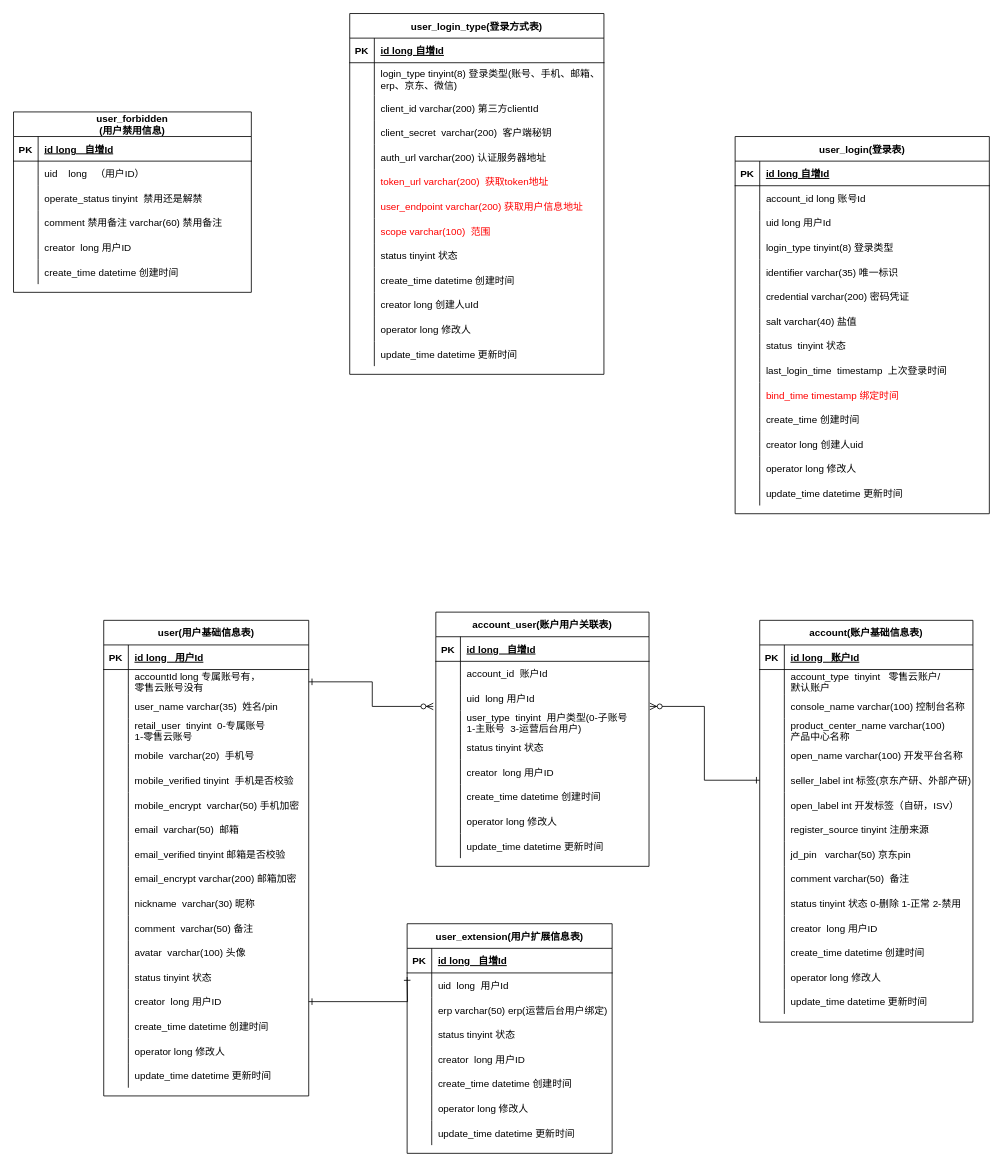
Earlier version of the draw.io diagram page "新账号模型" (1 of 10) of idaas.drawio (AjaxXu/Diagram). Source tidied: cells renumbered, new cells numbered last; positions are measured from the earlier drawing's top-left corner, leaving out a move shared by most shapes. Both pictures are drawn from the tidied source at 82%, with x=0, y=0 at pixel (-36, 13).
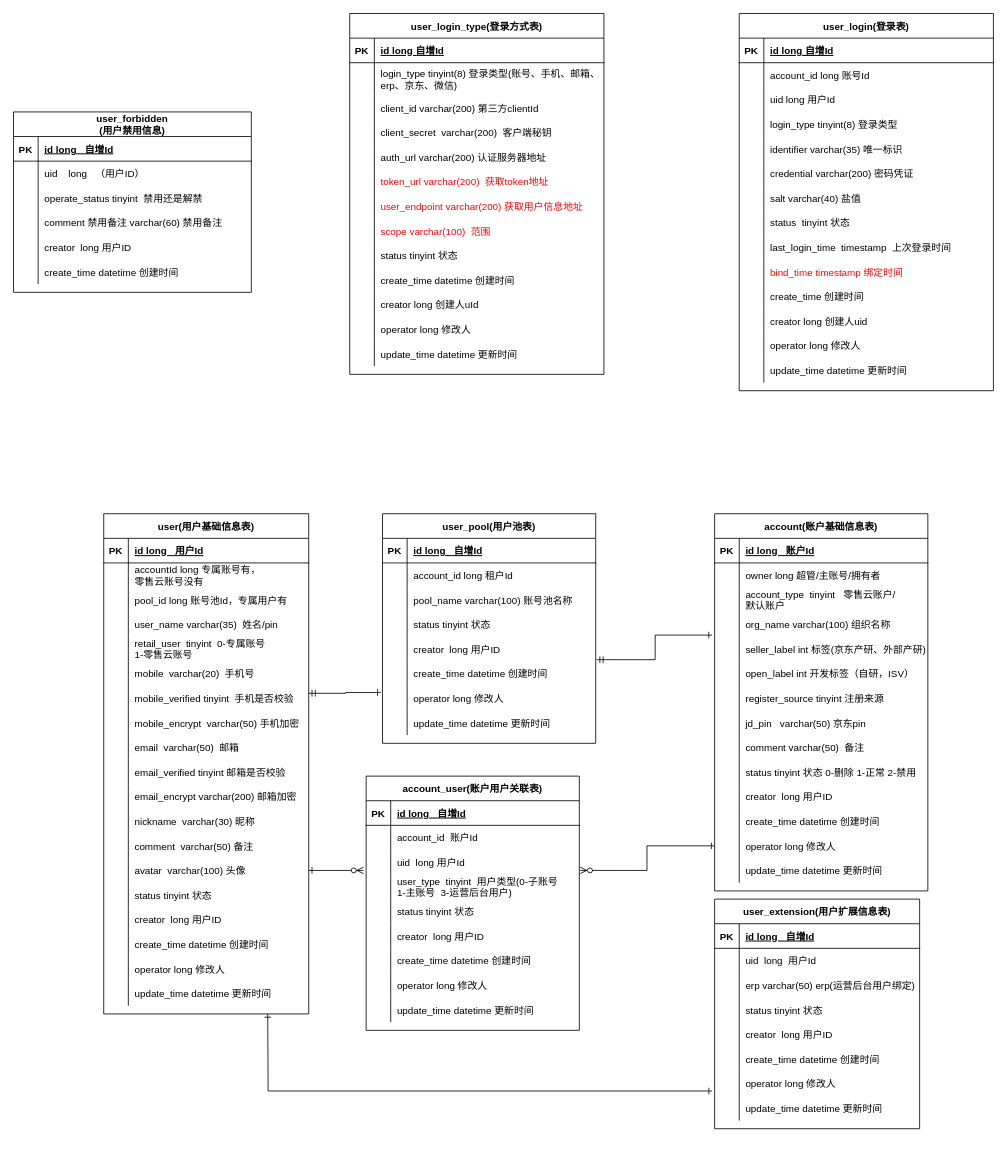
Above is the later version.

Unchanged cells that the change refers to:
```xml
<mxCell id="52" style="shape=partialRectangle;fillColor=none;points=[[0,0.5],[1,0.5]];portConstraint=eastwest;top=0;left=0;right=0;bottom=0;" parent="48" vertex="1">
  <mxGeometry y="60" width="250" height="30" as="geometry" />
</mxCell>
<mxCell id="217" style="shape=partialRectangle;fillColor=none;points=[[0,0.5],[1,0.5]];portConstraint=eastwest;top=0;left=0;right=0;bottom=0;" parent="210" vertex="1">
  <mxGeometry y="90" width="260" height="30" as="geometry" />
</mxCell>
<mxCell id="220" style="shape=partialRectangle;fillColor=none;points=[[0,0.5],[1,0.5]];portConstraint=eastwest;top=0;left=0;right=0;bottom=0;" parent="210" vertex="1">
  <mxGeometry y="120" width="260" height="30" as="geometry" />
</mxCell>
<mxCell id="260" style="shape=partialRectangle;fillColor=none;points=[[0,0.5],[1,0.5]];portConstraint=eastwest;top=0;left=0;right=0;bottom=0;" parent="241" vertex="1">
  <mxGeometry y="210" width="250" height="30" as="geometry" />
</mxCell>
```

The edit, as a diff of the source:
```diff
@@
     <mxCell id="2" value="account(账户基础信息表)" style="shape=table;startSize=30;childLayout=tableLayout;rowLines=0;fontStyle=1;align=center;" parent="1" vertex="1">
-      <mxGeometry x="970" y="740" width="260" height="490" as="geometry" />
+      <mxGeometry x="915" y="610" width="260" height="460" as="geometry" />
     </mxCell>
@@
+    <mxCell id="266" style="shape=partialRectangle;fillColor=none;top=0;left=0;right=0;bottom=0;" parent="2" vertex="1">
+      <mxGeometry y="60" width="260" height="30" as="geometry" />
+    </mxCell>
+    <mxCell id="267" style="shape=partialRectangle;overflow=hidden;fillColor=none;top=0;left=0;bottom=0;right=0;" parent="266" vertex="1">
+      <mxGeometry width="30" height="30" as="geometry" />
+    </mxCell>
+    <mxCell id="268" value="owner long 超管/主账号/拥有者" style="shape=partialRectangle;overflow=hidden;fillColor=none;top=0;left=0;bottom=0;right=0;align=left;spacingLeft=6;" parent="266" vertex="1">
+      <mxGeometry x="30" width="230" height="30" as="geometry" />
+    </mxCell>
     <mxCell id="6" style="shape=partialRectangle;fillColor=none;top=0;left=0;right=0;bottom=0;" parent="2" vertex="1">
-      <mxGeometry y="60" width="260" height="30" as="geometry" />
+      <mxGeometry y="90" width="260" height="30" as="geometry" />
     </mxCell>
@@
     <mxCell id="9" style="shape=partialRectangle;fillColor=none;points=[[0,0.5],[1,0.5]];portConstraint=eastwest;top=0;left=0;right=0;bottom=0;" parent="2" vertex="1">
-      <mxGeometry y="90" width="260" height="30" as="geometry" />
+      <mxGeometry y="120" width="260" height="30" as="geometry" />
     </mxCell>
@@
-    <mxCell id="11" value="console_name varchar(100) 控制台名称" style="shape=partialRectangle;overflow=hidden;fillColor=none;top=0;left=0;bottom=0;right=0;align=left;spacingLeft=6;" parent="9" vertex="1">
+    <mxCell id="11" value="org_name varchar(100) 组织名称" style="shape=partialRectangle;overflow=hidden;fillColor=none;top=0;left=0;bottom=0;right=0;align=left;spacingLeft=6;" parent="9" vertex="1">
       <mxGeometry x="30" width="230" height="30" as="geometry" />
     </mxCell>
-    <mxCell id="12" style="shape=partialRectangle;fillColor=none;top=0;left=0;right=0;bottom=0;" parent="2" vertex="1">
-      <mxGeometry y="120" width="260" height="30" as="geometry" />
-    </mxCell>
-    <mxCell id="13" style="shape=partialRectangle;overflow=hidden;fillColor=none;top=0;left=0;bottom=0;right=0;" parent="12" vertex="1">
-      <mxGeometry width="30" height="30" as="geometry" />
-    </mxCell>
-    <mxCell id="14" value="product_center_name varchar(100) &#10;产品中心名称" style="shape=partialRectangle;overflow=hidden;fillColor=none;top=0;left=0;bottom=0;right=0;align=left;spacingLeft=6;" parent="12" vertex="1">
-      <mxGeometry x="30" width="230" height="30" as="geometry" />
-    </mxCell>
-    <mxCell id="15" style="shape=partialRectangle;fillColor=none;top=0;left=0;right=0;bottom=0;" parent="2" vertex="1">
-      <mxGeometry y="150" width="260" height="30" as="geometry" />
-    </mxCell>
-    <mxCell id="16" style="shape=partialRectangle;overflow=hidden;fillColor=none;top=0;left=0;bottom=0;right=0;" parent="15" vertex="1">
-      <mxGeometry width="30" height="30" as="geometry" />
-    </mxCell>
-    <mxCell id="17" value="open_name varchar(100) 开发平台名称" style="shape=partialRectangle;overflow=hidden;fillColor=none;top=0;left=0;bottom=0;right=0;align=left;spacingLeft=6;" parent="15" vertex="1">
-      <mxGeometry x="30" width="230" height="30" as="geometry" />
-    </mxCell>
     <mxCell id="18" style="shape=partialRectangle;fillColor=none;points=[[0,0.5],[1,0.5]];portConstraint=eastwest;top=0;left=0;right=0;bottom=0;" parent="2" vertex="1">
-      <mxGeometry y="180" width="260" height="30" as="geometry" />
+      <mxGeometry y="150" width="260" height="30" as="geometry" />
     </mxCell>
@@
     <mxCell id="21" style="shape=partialRectangle;fillColor=none;top=0;left=0;right=0;bottom=0;" parent="2" vertex="1">
-      <mxGeometry y="210" width="260" height="30" as="geometry" />
+      <mxGeometry y="180" width="260" height="30" as="geometry" />
     </mxCell>
@@
     <mxCell id="24" style="shape=partialRectangle;fillColor=none;top=0;left=0;right=0;bottom=0;" parent="2" vertex="1">
-      <mxGeometry y="240" width="260" height="30" as="geometry" />
+      <mxGeometry y="210" width="260" height="30" as="geometry" />
     </mxCell>
@@
     <mxCell id="27" style="shape=partialRectangle;fillColor=none;top=0;left=0;right=0;bottom=0;" parent="2" vertex="1">
-      <mxGeometry y="270" width="260" height="30" as="geometry" />
+      <mxGeometry y="240" width="260" height="30" as="geometry" />
     </mxCell>
@@
     <mxCell id="30" style="shape=partialRectangle;fillColor=none;top=0;left=0;right=0;bottom=0;" parent="2" vertex="1">
-      <mxGeometry y="300" width="260" height="30" as="geometry" />
+      <mxGeometry y="270" width="260" height="30" as="geometry" />
     </mxCell>
@@
     <mxCell id="33" style="shape=partialRectangle;fillColor=none;points=[[0,0.5],[1,0.5]];portConstraint=eastwest;top=0;left=0;right=0;bottom=0;" parent="2" vertex="1">
-      <mxGeometry y="330" width="260" height="30" as="geometry" />
+      <mxGeometry y="300" width="260" height="30" as="geometry" />
     </mxCell>
@@
     <mxCell id="36" style="shape=partialRectangle;fillColor=none;top=0;left=0;right=0;bottom=0;" parent="2" vertex="1">
-      <mxGeometry y="360" width="260" height="30" as="geometry" />
+      <mxGeometry y="330" width="260" height="30" as="geometry" />
     </mxCell>
@@
     <mxCell id="39" style="shape=partialRectangle;fillColor=none;points=[[0,0.5],[1,0.5]];portConstraint=eastwest;top=0;left=0;right=0;bottom=0;" parent="2" vertex="1">
-      <mxGeometry y="390" width="260" height="30" as="geometry" />
+      <mxGeometry y="360" width="260" height="30" as="geometry" />
     </mxCell>
@@
     <mxCell id="42" style="shape=partialRectangle;fillColor=none;points=[[0,0.5],[1,0.5]];portConstraint=eastwest;top=0;left=0;right=0;bottom=0;" parent="2" vertex="1">
-      <mxGeometry y="420" width="260" height="30" as="geometry" />
+      <mxGeometry y="390" width="260" height="30" as="geometry" />
     </mxCell>
@@
     <mxCell id="45" style="shape=partialRectangle;fillColor=none;top=0;left=0;right=0;bottom=0;" parent="2" vertex="1">
-      <mxGeometry y="450" width="260" height="30" as="geometry" />
+      <mxGeometry y="420" width="260" height="30" as="geometry" />
     </mxCell>
@@
     <mxCell id="48" value="user(用户基础信息表)" style="shape=table;startSize=30;childLayout=tableLayout;rowLines=0;fontStyle=1;align=center;" parent="1" vertex="1">
-      <mxGeometry x="170" y="740" width="250" height="580" as="geometry" />
+      <mxGeometry x="170" y="610" width="250" height="610" as="geometry" />
     </mxCell>
@@
+    <mxCell id="269" style="shape=partialRectangle;fillColor=none;top=0;left=0;right=0;bottom=0;" parent="48" vertex="1">
+      <mxGeometry y="90" width="250" height="30" as="geometry" />
+    </mxCell>
+    <mxCell id="270" style="shape=partialRectangle;overflow=hidden;fillColor=none;top=0;left=0;bottom=0;right=0;" parent="269" vertex="1">
+      <mxGeometry width="30" height="30" as="geometry" />
+    </mxCell>
+    <mxCell id="271" value="pool_id long 账号池Id，专属用户有" style="shape=partialRectangle;overflow=hidden;fillColor=none;top=0;left=0;bottom=0;right=0;align=left;spacingLeft=6;" parent="269" vertex="1">
+      <mxGeometry x="30" width="220" height="30" as="geometry" />
+    </mxCell>
     <mxCell id="55" style="shape=partialRectangle;fillColor=none;top=0;left=0;right=0;bottom=0;" parent="48" vertex="1">
-      <mxGeometry y="90" width="250" height="30" as="geometry" />
+      <mxGeometry y="120" width="250" height="30" as="geometry" />
     </mxCell>
@@
     <mxCell id="58" style="shape=partialRectangle;fillColor=none;top=0;left=0;right=0;bottom=0;" parent="48" vertex="1">
-      <mxGeometry y="120" width="250" height="30" as="geometry" />
+      <mxGeometry y="150" width="250" height="30" as="geometry" />
     </mxCell>
@@
     <mxCell id="61" style="shape=partialRectangle;fillColor=none;top=0;left=0;right=0;bottom=0;" parent="48" vertex="1">
-      <mxGeometry y="150" width="250" height="30" as="geometry" />
+      <mxGeometry y="180" width="250" height="30" as="geometry" />
     </mxCell>
@@
     <mxCell id="64" style="shape=partialRectangle;fillColor=none;points=[[0,0.5],[1,0.5]];portConstraint=eastwest;top=0;left=0;right=0;bottom=0;" parent="48" vertex="1">
-      <mxGeometry y="180" width="250" height="30" as="geometry" />
+      <mxGeometry y="210" width="250" height="30" as="geometry" />
     </mxCell>
@@
     <mxCell id="67" style="shape=partialRectangle;fillColor=none;top=0;left=0;right=0;bottom=0;" parent="48" vertex="1">
-      <mxGeometry y="210" width="250" height="30" as="geometry" />
+      <mxGeometry y="240" width="250" height="30" as="geometry" />
     </mxCell>
@@
     <mxCell id="70" style="shape=partialRectangle;fillColor=none;top=0;left=0;right=0;bottom=0;" parent="48" vertex="1">
-      <mxGeometry y="240" width="250" height="30" as="geometry" />
+      <mxGeometry y="270" width="250" height="30" as="geometry" />
     </mxCell>
@@
     <mxCell id="73" style="shape=partialRectangle;fillColor=none;top=0;left=0;right=0;bottom=0;" parent="48" vertex="1">
-      <mxGeometry y="270" width="250" height="30" as="geometry" />
+      <mxGeometry y="300" width="250" height="30" as="geometry" />
     </mxCell>
@@
     <mxCell id="76" style="shape=partialRectangle;fillColor=none;top=0;left=0;right=0;bottom=0;" parent="48" vertex="1">
-      <mxGeometry y="300" width="250" height="30" as="geometry" />
+      <mxGeometry y="330" width="250" height="30" as="geometry" />
     </mxCell>
@@
     <mxCell id="79" style="shape=partialRectangle;fillColor=none;top=0;left=0;right=0;bottom=0;" parent="48" vertex="1">
-      <mxGeometry y="330" width="250" height="30" as="geometry" />
+      <mxGeometry y="360" width="250" height="30" as="geometry" />
     </mxCell>
@@
     <mxCell id="82" style="shape=partialRectangle;fillColor=none;top=0;left=0;right=0;bottom=0;" parent="48" vertex="1">
-      <mxGeometry y="360" width="250" height="30" as="geometry" />
+      <mxGeometry y="390" width="250" height="30" as="geometry" />
     </mxCell>
@@
     <mxCell id="85" style="shape=partialRectangle;fillColor=none;points=[[0,0.5],[1,0.5]];portConstraint=eastwest;top=0;left=0;right=0;bottom=0;" parent="48" vertex="1">
-      <mxGeometry y="390" width="250" height="30" as="geometry" />
+      <mxGeometry y="420" width="250" height="30" as="geometry" />
     </mxCell>
@@
     <mxCell id="88" style="shape=partialRectangle;fillColor=none;top=0;left=0;right=0;bottom=0;" parent="48" vertex="1">
-      <mxGeometry y="420" width="250" height="30" as="geometry" />
+      <mxGeometry y="450" width="250" height="30" as="geometry" />
     </mxCell>
@@
     <mxCell id="91" style="shape=partialRectangle;fillColor=none;points=[[0,0.5],[1,0.5]];portConstraint=eastwest;top=0;left=0;right=0;bottom=0;" parent="48" vertex="1">
-      <mxGeometry y="450" width="250" height="30" as="geometry" />
+      <mxGeometry y="480" width="250" height="30" as="geometry" />
     </mxCell>
@@
     <mxCell id="94" style="shape=partialRectangle;fillColor=none;top=0;left=0;right=0;bottom=0;" parent="48" vertex="1">
-      <mxGeometry y="480" width="250" height="30" as="geometry" />
+      <mxGeometry y="510" width="250" height="30" as="geometry" />
     </mxCell>
@@
     <mxCell id="97" style="shape=partialRectangle;fillColor=none;top=0;left=0;right=0;bottom=0;" parent="48" vertex="1">
-      <mxGeometry y="510" width="250" height="30" as="geometry" />
+      <mxGeometry y="540" width="250" height="30" as="geometry" />
     </mxCell>
@@
     <mxCell id="100" style="shape=partialRectangle;fillColor=none;top=0;left=0;right=0;bottom=0;" parent="48" vertex="1">
-      <mxGeometry y="540" width="250" height="30" as="geometry" />
+      <mxGeometry y="570" width="250" height="30" as="geometry" />
     </mxCell>
@@
     <mxCell id="103" value="user_login(登录表)" style="shape=table;startSize=30;childLayout=tableLayout;rowLines=0;fontStyle=1;align=center;" parent="1" vertex="1">
-      <mxGeometry x="940" y="150" width="310" height="460" as="geometry" />
+      <mxGeometry x="945" width="310" height="460" as="geometry" />
     </mxCell>
@@
     <mxCell id="210" value="account_user(账户用户关联表)" style="shape=table;startSize=30;childLayout=tableLayout;rowLines=0;fontStyle=1;align=center;" parent="1" vertex="1">
-      <mxGeometry x="575" y="730" width="260" height="310" as="geometry" />
+      <mxGeometry x="490" y="930" width="260" height="310" as="geometry" />
     </mxCell>
@@
-    <mxCell id="238" style="edgeStyle=orthogonalEdgeStyle;rounded=0;jettySize=auto;html=1;exitX=1;exitY=0.5;exitDx=0;exitDy=0;entryX=-0.012;entryY=0.833;entryDx=0;entryDy=0;entryPerimeter=0;startArrow=ERone;startFill=0;endArrow=ERzeroToMany;endFill=1;" parent="1" edge="1" source="52" target="217">
+    <mxCell id="238" style="edgeStyle=orthogonalEdgeStyle;rounded=0;jettySize=auto;html=1;exitX=1;exitY=0.5;exitDx=0;exitDy=0;entryX=-0.012;entryY=0.833;entryDx=0;entryDy=0;entryPerimeter=0;startArrow=ERone;startFill=0;endArrow=ERzeroToMany;endFill=1;" parent="1" edge="1" source="85" target="217">
       <mxGeometry relative="1" as="geometry" />
     </mxCell>
-    <mxCell id="239" style="edgeStyle=orthogonalEdgeStyle;rounded=0;jettySize=auto;html=1;exitX=0;exitY=0.5;exitDx=0;exitDy=0;entryX=1.004;entryY=-0.167;entryDx=0;entryDy=0;entryPerimeter=0;startArrow=ERone;startFill=0;endArrow=ERzeroToMany;endFill=1;" parent="1" edge="1" source="18" target="220">
+    <mxCell id="239" style="edgeStyle=orthogonalEdgeStyle;rounded=0;jettySize=auto;html=1;exitX=0;exitY=0.5;exitDx=0;exitDy=0;entryX=1.004;entryY=-0.167;entryDx=0;entryDy=0;entryPerimeter=0;startArrow=ERone;startFill=0;endArrow=ERzeroToMany;endFill=1;" parent="1" edge="1" source="42" target="220">
       <mxGeometry relative="1" as="geometry" />
     </mxCell>
-    <mxCell id="240" style="edgeStyle=orthogonalEdgeStyle;rounded=0;jettySize=auto;html=1;exitX=1;exitY=0.5;exitDx=0;exitDy=0;fontColor=#000000;startArrow=ERone;startFill=0;endArrow=ERone;endFill=0;" parent="1" edge="1" source="91">
+    <mxCell id="240" style="edgeStyle=orthogonalEdgeStyle;rounded=0;jettySize=auto;html=1;fontColor=#000000;startArrow=ERone;startFill=0;endArrow=ERone;endFill=0;entryX=-0.012;entryY=0.8;entryDx=0;entryDy=0;entryPerimeter=0;" parent="1" edge="1" target="260">
       <mxGeometry relative="1" as="geometry">
-        <mxPoint x="540" y="1175" as="targetPoint" />
+        <mxPoint x="370" y="1220" as="sourcePoint" />
       </mxGeometry>
     </mxCell>
     <mxCell id="241" value="user_extension(用户扩展信息表)" style="shape=table;startSize=30;childLayout=tableLayout;rowLines=0;fontStyle=1;align=center;" parent="1" vertex="1">
-      <mxGeometry x="540" y="1110" width="250" height="280" as="geometry" />
+      <mxGeometry x="915" y="1080" width="250" height="280" as="geometry" />
     </mxCell>
@@
+    <mxCell id="272" value="user_pool(用户池表)" style="shape=table;startSize=30;childLayout=tableLayout;rowLines=0;fontStyle=1;align=center;" parent="1" vertex="1">
+      <mxGeometry x="510" y="610" width="260" height="280" as="geometry" />
+    </mxCell>
+    <mxCell id="273" style="shape=partialRectangle;fillColor=none;top=0;left=0;right=0;bottom=1;" parent="272" vertex="1">
+      <mxGeometry y="30" width="260" height="30" as="geometry" />
+    </mxCell>
+    <mxCell id="274" value="PK" style="shape=partialRectangle;overflow=hidden;fillColor=none;top=0;left=0;bottom=0;right=0;fontStyle=1;" parent="273" vertex="1">
+      <mxGeometry width="30" height="30" as="geometry" />
+    </mxCell>
+    <mxCell id="275" value="id long   自增Id" style="shape=partialRectangle;overflow=hidden;fillColor=none;top=0;left=0;bottom=0;right=0;align=left;spacingLeft=6;fontStyle=5;" parent="273" vertex="1">
+      <mxGeometry x="30" width="230" height="30" as="geometry" />
+    </mxCell>
+    <mxCell id="276" style="shape=partialRectangle;fillColor=none;top=0;left=0;right=0;bottom=0;" parent="272" vertex="1">
+      <mxGeometry y="60" width="260" height="30" as="geometry" />
+    </mxCell>
+    <mxCell id="277" style="shape=partialRectangle;overflow=hidden;fillColor=none;top=0;left=0;bottom=0;right=0;" parent="276" vertex="1">
+      <mxGeometry width="30" height="30" as="geometry" />
+    </mxCell>
+    <mxCell id="278" value="account_id long 租户Id" style="shape=partialRectangle;overflow=hidden;fillColor=none;top=0;left=0;bottom=0;right=0;align=left;spacingLeft=6;" parent="276" vertex="1">
+      <mxGeometry x="30" width="230" height="30" as="geometry" />
+    </mxCell>
+    <mxCell id="279" style="shape=partialRectangle;fillColor=none;top=0;left=0;right=0;bottom=0;" parent="272" vertex="1">
+      <mxGeometry y="90" width="260" height="30" as="geometry" />
+    </mxCell>
+    <mxCell id="280" style="shape=partialRectangle;overflow=hidden;fillColor=none;top=0;left=0;bottom=0;right=0;" parent="279" vertex="1">
+      <mxGeometry width="30" height="30" as="geometry" />
+    </mxCell>
+    <mxCell id="281" value="pool_name varchar(100) 账号池名称" style="shape=partialRectangle;overflow=hidden;fillColor=none;top=0;left=0;bottom=0;right=0;align=left;spacingLeft=6;" parent="279" vertex="1">
+      <mxGeometry x="30" width="230" height="30" as="geometry" />
+    </mxCell>
+    <mxCell id="12" style="shape=partialRectangle;fillColor=none;top=0;left=0;right=0;bottom=0;" parent="272" vertex="1">
+      <mxGeometry y="120" width="260" height="30" as="geometry" />
+    </mxCell>
+    <mxCell id="282" style="shape=partialRectangle;overflow=hidden;fillColor=none;top=0;left=0;bottom=0;right=0;" parent="12" vertex="1">
+      <mxGeometry width="30" height="30" as="geometry" />
+    </mxCell>
+    <mxCell id="283" value="status tinyint 状态" style="shape=partialRectangle;overflow=hidden;fillColor=none;top=0;left=0;bottom=0;right=0;align=left;spacingLeft=6;" parent="12" vertex="1">
+      <mxGeometry x="30" width="230" height="30" as="geometry" />
+    </mxCell>
+    <mxCell id="15" style="shape=partialRectangle;fillColor=none;top=0;left=0;right=0;bottom=0;" parent="272" vertex="1">
+      <mxGeometry y="150" width="260" height="30" as="geometry" />
+    </mxCell>
+    <mxCell id="284" style="shape=partialRectangle;overflow=hidden;fillColor=none;top=0;left=0;bottom=0;right=0;" parent="15" vertex="1">
+      <mxGeometry width="30" height="30" as="geometry" />
+    </mxCell>
+    <mxCell id="285" value="creator  long 用户ID " style="shape=partialRectangle;overflow=hidden;fillColor=none;top=0;left=0;bottom=0;right=0;align=left;spacingLeft=6;" parent="15" vertex="1">
+      <mxGeometry x="30" width="230" height="30" as="geometry" />
+    </mxCell>
+    <mxCell id="286" style="shape=partialRectangle;fillColor=none;points=[[0,0.5],[1,0.5]];portConstraint=eastwest;top=0;left=0;right=0;bottom=0;" parent="272" vertex="1">
+      <mxGeometry y="180" width="260" height="30" as="geometry" />
+    </mxCell>
+    <mxCell id="287" style="shape=partialRectangle;overflow=hidden;fillColor=none;top=0;left=0;bottom=0;right=0;" parent="286" vertex="1">
+      <mxGeometry width="30" height="30" as="geometry" />
+    </mxCell>
+    <mxCell id="288" value="create_time datetime 创建时间" style="shape=partialRectangle;overflow=hidden;fillColor=none;top=0;left=0;bottom=0;right=0;align=left;spacingLeft=6;" parent="286" vertex="1">
+      <mxGeometry x="30" width="230" height="30" as="geometry" />
+    </mxCell>
+    <mxCell id="289" style="shape=partialRectangle;fillColor=none;points=[[0,0.5],[1,0.5]];portConstraint=eastwest;top=0;left=0;right=0;bottom=0;" parent="272" vertex="1">
+      <mxGeometry y="210" width="260" height="30" as="geometry" />
+    </mxCell>
+    <mxCell id="290" style="shape=partialRectangle;overflow=hidden;fillColor=none;top=0;left=0;bottom=0;right=0;" parent="289" vertex="1">
+      <mxGeometry width="30" height="30" as="geometry" />
+    </mxCell>
+    <mxCell id="291" value="operator long 修改人" style="shape=partialRectangle;overflow=hidden;fillColor=none;top=0;left=0;bottom=0;right=0;align=left;spacingLeft=6;" parent="289" vertex="1">
+      <mxGeometry x="30" width="230" height="30" as="geometry" />
+    </mxCell>
+    <mxCell id="292" style="shape=partialRectangle;fillColor=none;top=0;left=0;right=0;bottom=0;" parent="272" vertex="1">
+      <mxGeometry y="240" width="260" height="30" as="geometry" />
+    </mxCell>
+    <mxCell id="293" style="shape=partialRectangle;overflow=hidden;fillColor=none;top=0;left=0;bottom=0;right=0;" parent="292" vertex="1">
+      <mxGeometry width="30" height="30" as="geometry" />
+    </mxCell>
+    <mxCell id="294" value="update_time datetime 更新时间" style="shape=partialRectangle;overflow=hidden;fillColor=none;top=0;left=0;bottom=0;right=0;align=left;spacingLeft=6;" parent="292" vertex="1">
+      <mxGeometry x="30" width="230" height="30" as="geometry" />
+    </mxCell>
+    <mxCell id="295" style="edgeStyle=orthogonalEdgeStyle;rounded=0;jettySize=auto;html=1;entryX=1.004;entryY=-0.067;entryDx=0;entryDy=0;entryPerimeter=0;fontColor=#000000;startArrow=ERone;startFill=0;endArrow=ERmandOne;endFill=0;exitX=-0.012;exitY=0.933;exitDx=0;exitDy=0;exitPerimeter=0;" parent="1" edge="1" source="9" target="286">
+      <mxGeometry relative="1" as="geometry" />
+    </mxCell>
+    <mxCell id="296" style="edgeStyle=orthogonalEdgeStyle;rounded=0;jettySize=auto;html=1;entryX=1;entryY=0.3;entryDx=0;entryDy=0;entryPerimeter=0;fontColor=#000000;startArrow=ERone;startFill=0;endArrow=ERmandOne;endFill=0;exitX=-0.008;exitY=0.267;exitDx=0;exitDy=0;exitPerimeter=0;" parent="1" edge="1" source="289" target="64">
+      <mxGeometry relative="1" as="geometry" />
+    </mxCell>
```
